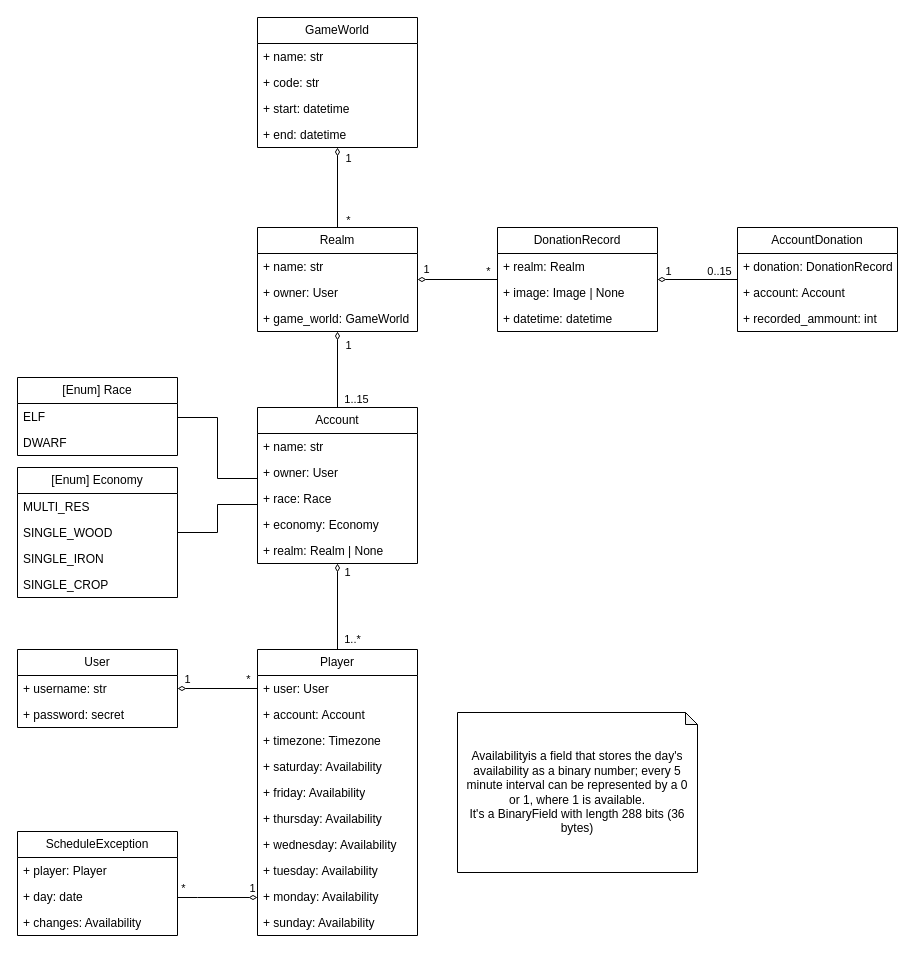
Earlier version of the draw.io diagram docs/db.drawio (PedroPerpetua/eternal-anvil-backend). Source tidied: cells renumbered, new cells numbered last; positions are measured from the earlier drawing's top-left corner, leaving out a move shared by most shapes. Both pictures are drawn from the tidied source at 100%, with x=0, y=0 at pixel (17, 17).
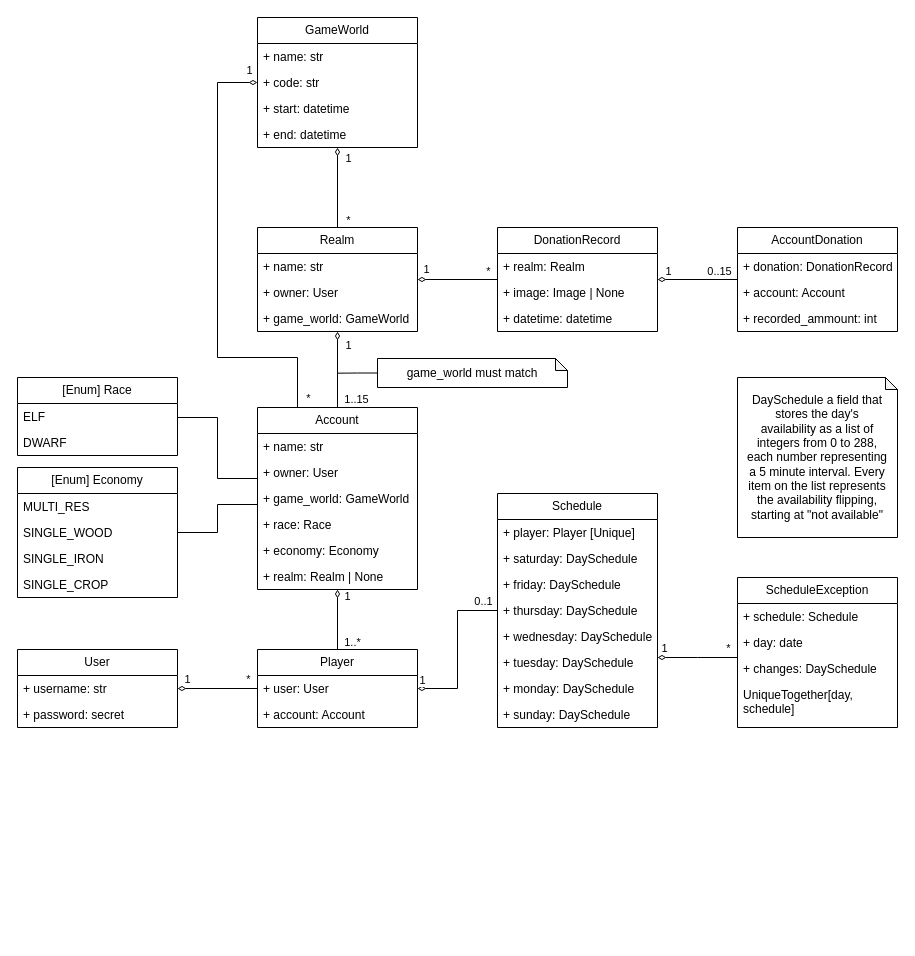
The same diagram, later.

The change refers to these unchanged cells:
```xml
<mxCell id="12" value="GameWorld" style="swimlane;fontStyle=0;horizontal=1;startSize=26;fillColor=none;whiteSpace=wrap;html=1;" parent="1" vertex="1">
  <mxGeometry x="240" width="160" height="130" as="geometry" />
</mxCell>
<mxCell id="51" value="+ day: date" style="text;strokeColor=none;fillColor=none;align=left;verticalAlign=top;spacingLeft=4;spacingRight=4;overflow=hidden;points=[[0,0.5],[1,0.5]];portConstraint=eastwest;whiteSpace=wrap;html=1;" parent="49" vertex="1">
  <mxGeometry y="52" width="160" height="26" as="geometry" />
</mxCell>
```

What changed in the source:
```diff
@@
+    <mxCell id="75" style="edgeStyle=orthogonalEdgeStyle;rounded=0;jettySize=auto;html=1;exitX=0.25;exitY=0;exitDx=0;exitDy=0;endArrow=diamondThin;endFill=0;startArrow=none;startFill=0;" parent="1" edge="1" source="21" target="12">
+      <mxGeometry relative="1" as="geometry">
+        <Array as="points">
+          <mxPoint x="280" y="340" />
+          <mxPoint x="200" y="340" />
+          <mxPoint x="200" y="65" />
+        </Array>
+      </mxGeometry>
+    </mxCell>
+    <mxCell id="76" value="1" style="edgeLabel;html=1;align=center;verticalAlign=middle;" parent="75" vertex="1">
+      <mxGeometry x="0.96" y="2" relative="1" as="geometry">
+        <mxPoint y="-11" as="offset" />
+      </mxGeometry>
+    </mxCell>
+    <mxCell id="77" value="*" style="edgeLabel;html=1;align=center;verticalAlign=middle;" parent="75" vertex="1">
+      <mxGeometry x="-0.97" y="1" relative="1" as="geometry">
+        <mxPoint x="11" y="-3" as="offset" />
+      </mxGeometry>
+    </mxCell>
     <mxCell id="21" value="Account" style="swimlane;fontStyle=0;horizontal=1;startSize=26;fillColor=none;whiteSpace=wrap;html=1;" parent="1" vertex="1">
-      <mxGeometry x="240" y="390" width="160" height="156" as="geometry" />
+      <mxGeometry x="240" y="390" width="160" height="182" as="geometry" />
     </mxCell>
@@
+    <mxCell id="78" value="+ game_world: GameWorld" style="text;strokeColor=none;fillColor=none;align=left;verticalAlign=top;spacingLeft=4;spacingRight=4;overflow=hidden;whiteSpace=wrap;html=1;" parent="21" vertex="1">
+      <mxGeometry y="78" width="160" height="26" as="geometry" />
+    </mxCell>
     <mxCell id="24" value="+ race: Race" style="text;strokeColor=none;fillColor=none;align=left;verticalAlign=top;spacingLeft=4;spacingRight=4;overflow=hidden;points=[[0,0.5],[1,0.5]];portConstraint=eastwest;whiteSpace=wrap;html=1;" parent="21" vertex="1">
-      <mxGeometry y="78" width="160" height="26" as="geometry" />
+      <mxGeometry y="104" width="160" height="26" as="geometry" />
     </mxCell>
     <mxCell id="25" value="+ economy: Economy" style="text;strokeColor=none;fillColor=none;align=left;verticalAlign=top;spacingLeft=4;spacingRight=4;overflow=hidden;whiteSpace=wrap;html=1;" parent="21" vertex="1">
-      <mxGeometry y="104" width="160" height="26" as="geometry" />
+      <mxGeometry y="130" width="160" height="26" as="geometry" />
     </mxCell>
     <mxCell id="26" value="+ realm: Realm | None" style="text;strokeColor=none;fillColor=none;align=left;verticalAlign=top;spacingLeft=4;spacingRight=4;overflow=hidden;whiteSpace=wrap;html=1;" parent="21" vertex="1">
-      <mxGeometry y="130" width="160" height="26" as="geometry" />
+      <mxGeometry y="156" width="160" height="26" as="geometry" />
     </mxCell>
@@
+    <mxCell id="79" style="edgeStyle=orthogonalEdgeStyle;rounded=0;jettySize=auto;html=1;endArrow=none;endFill=0;startArrow=diamondThin;startFill=0;" parent="1" edge="1" source="30" target="83">
+      <mxGeometry relative="1" as="geometry" />
+    </mxCell>
+    <mxCell id="80" value="1" style="edgeLabel;html=1;align=center;verticalAlign=middle;" parent="79" vertex="1">
+      <mxGeometry x="-0.95" y="1" relative="1" as="geometry">
+        <mxPoint y="-8" as="offset" />
+      </mxGeometry>
+    </mxCell>
+    <mxCell id="81" value="0..1" style="edgeLabel;html=1;align=center;verticalAlign=middle;" parent="79" vertex="1">
+      <mxGeometry x="0.96" relative="1" as="geometry">
+        <mxPoint x="-12" y="-10" as="offset" />
+      </mxGeometry>
+    </mxCell>
     <mxCell id="30" value="Player" style="swimlane;fontStyle=0;horizontal=1;startSize=26;fillColor=none;whiteSpace=wrap;html=1;" parent="1" vertex="1">
-      <mxGeometry x="240" y="632" width="160" height="286" as="geometry" />
+      <mxGeometry x="240" y="632" width="160" height="78" as="geometry" />
     </mxCell>
@@
-    <mxCell id="33" value="+ timezone: Timezone" style="text;strokeColor=none;fillColor=none;align=left;verticalAlign=top;spacingLeft=4;spacingRight=4;overflow=hidden;whiteSpace=wrap;html=1;" parent="30" vertex="1">
-      <mxGeometry y="78" width="160" height="26" as="geometry" />
-    </mxCell>
-    <mxCell id="34" value="+ saturday: Availability" style="text;strokeColor=none;fillColor=none;align=left;verticalAlign=top;spacingLeft=4;spacingRight=4;overflow=hidden;whiteSpace=wrap;html=1;" parent="30" vertex="1">
-      <mxGeometry y="104" width="160" height="26" as="geometry" />
-    </mxCell>
-    <mxCell id="35" value="+ friday: Availability" style="text;strokeColor=none;fillColor=none;align=left;verticalAlign=top;spacingLeft=4;spacingRight=4;overflow=hidden;whiteSpace=wrap;html=1;" parent="30" vertex="1">
-      <mxGeometry y="130" width="160" height="26" as="geometry" />
-    </mxCell>
-    <mxCell id="36" value="+ thursday: Availability" style="text;strokeColor=none;fillColor=none;align=left;verticalAlign=top;spacingLeft=4;spacingRight=4;overflow=hidden;whiteSpace=wrap;html=1;" parent="30" vertex="1">
-      <mxGeometry y="156" width="160" height="26" as="geometry" />
-    </mxCell>
-    <mxCell id="37" value="+ wednesday: Availability" style="text;strokeColor=none;fillColor=none;align=left;verticalAlign=top;spacingLeft=4;spacingRight=4;overflow=hidden;whiteSpace=wrap;html=1;" parent="30" vertex="1">
-      <mxGeometry y="182" width="160" height="26" as="geometry" />
-    </mxCell>
-    <mxCell id="38" value="+ tuesday: Availability" style="text;strokeColor=none;fillColor=none;align=left;verticalAlign=top;spacingLeft=4;spacingRight=4;overflow=hidden;whiteSpace=wrap;html=1;" parent="30" vertex="1">
-      <mxGeometry y="208" width="160" height="26" as="geometry" />
-    </mxCell>
-    <mxCell id="39" value="+ monday: Availability" style="text;strokeColor=none;fillColor=none;align=left;verticalAlign=top;spacingLeft=4;spacingRight=4;overflow=hidden;whiteSpace=wrap;html=1;" parent="30" vertex="1">
-      <mxGeometry y="234" width="160" height="26" as="geometry" />
-    </mxCell>
-    <mxCell id="40" value="+ sunday: Availability" style="text;strokeColor=none;fillColor=none;align=left;verticalAlign=top;spacingLeft=4;spacingRight=4;overflow=hidden;whiteSpace=wrap;html=1;" parent="30" vertex="1">
-      <mxGeometry y="260" width="160" height="26" as="geometry" />
-    </mxCell>
@@
     <mxCell id="49" value="ScheduleException" style="swimlane;fontStyle=0;horizontal=1;startSize=26;fillColor=none;whiteSpace=wrap;html=1;" parent="1" vertex="1">
-      <mxGeometry y="814" width="160" height="104" as="geometry" />
+      <mxGeometry x="720" y="560" width="160" height="150" as="geometry" />
     </mxCell>
-    <mxCell id="50" value="+ player: Player" style="text;strokeColor=none;fillColor=none;align=left;verticalAlign=top;spacingLeft=4;spacingRight=4;overflow=hidden;whiteSpace=wrap;html=1;" parent="49" vertex="1">
+    <mxCell id="50" value="+ schedule: Schedule" style="text;strokeColor=none;fillColor=none;align=left;verticalAlign=top;spacingLeft=4;spacingRight=4;overflow=hidden;whiteSpace=wrap;html=1;" parent="49" vertex="1">
       <mxGeometry y="26" width="160" height="26" as="geometry" />
     </mxCell>
@@
-    <mxCell id="52" value="+ changes: Availability" style="text;strokeColor=none;fillColor=none;align=left;verticalAlign=top;spacingLeft=4;spacingRight=4;overflow=hidden;whiteSpace=wrap;html=1;" parent="49" vertex="1">
+    <mxCell id="52" value="+ changes: DaySchedule" style="text;strokeColor=none;fillColor=none;align=left;verticalAlign=top;spacingLeft=4;spacingRight=4;overflow=hidden;whiteSpace=wrap;html=1;" parent="49" vertex="1">
       <mxGeometry y="78" width="160" height="26" as="geometry" />
     </mxCell>
+    <mxCell id="82" value="UniqueTogether[day, schedule]" style="text;strokeColor=none;fillColor=none;align=left;verticalAlign=top;spacingLeft=4;spacingRight=4;overflow=hidden;whiteSpace=wrap;html=1;" parent="49" vertex="1">
+      <mxGeometry y="104" width="160" height="46" as="geometry" />
+    </mxCell>
-    <mxCell id="53" value="Availabilityis a field that stores the day's availability as a binary number; every 5 minute interval can be represented by a 0 or 1, where 1 is available.&lt;div&gt;It's a BinaryField with length 288 bits (36 bytes)&lt;/div&gt;" style="shape=note;whiteSpace=wrap;html=1;backgroundOutline=1;darkOpacity=0.05;size=12;spacing=10;" parent="1" vertex="1">
-      <mxGeometry x="440" y="695" width="240" height="160" as="geometry" />
+    <mxCell id="53" value="&lt;span style=&quot;text-align: left;&quot;&gt;DaySchedule&amp;nbsp;&lt;/span&gt;a field that stores the day's availability as a list of integers from 0 to 288, each number representing a 5 minute interval. Every item on the list represents the availability flipping, starting at &quot;not available&quot;" style="shape=note;whiteSpace=wrap;html=1;backgroundOutline=1;darkOpacity=0.05;size=12;spacing=10;" parent="1" vertex="1">
+      <mxGeometry x="720" y="360" width="160" height="160" as="geometry" />
     </mxCell>
@@
-    <mxCell id="72" style="edgeStyle=orthogonalEdgeStyle;rounded=0;jettySize=auto;html=1;endArrow=diamondThin;endFill=0;startArrow=none;startFill=0;" parent="1" edge="1" source="51" target="30">
+    <mxCell id="72" style="edgeStyle=orthogonalEdgeStyle;rounded=0;jettySize=auto;html=1;endArrow=diamondThin;endFill=0;startArrow=none;startFill=0;" parent="1" edge="1" source="49" target="83">
       <mxGeometry relative="1" as="geometry">
         <Array as="points">
-          <mxPoint x="180" y="880" />
-          <mxPoint x="180" y="880" />
+          <mxPoint x="680" y="640" />
+          <mxPoint x="680" y="640" />
         </Array>
       </mxGeometry>
     </mxCell>
     <mxCell id="73" value="*" style="edgeLabel;html=1;align=center;verticalAlign=middle;" parent="72" vertex="1">
       <mxGeometry x="-0.88" relative="1" as="geometry">
-        <mxPoint y="-10" as="offset" />
+        <mxPoint x="-5" y="-10" as="offset" />
       </mxGeometry>
     </mxCell>
     <mxCell id="74" value="1" style="edgeLabel;html=1;align=center;verticalAlign=middle;" parent="72" vertex="1">
       <mxGeometry x="0.86" y="-1" relative="1" as="geometry">
-        <mxPoint y="-11" as="offset" />
+        <mxPoint y="-9" as="offset" />
       </mxGeometry>
     </mxCell>
+    <mxCell id="83" value="Schedule" style="swimlane;fontStyle=0;horizontal=1;startSize=26;fillColor=none;whiteSpace=wrap;html=1;" parent="1" vertex="1">
+      <mxGeometry x="480" y="476" width="160" height="234" as="geometry" />
+    </mxCell>
+    <mxCell id="84" value="+ player: Player [Unique]&lt;div&gt;&lt;br&gt;&lt;/div&gt;" style="text;strokeColor=none;fillColor=none;align=left;verticalAlign=top;spacingLeft=4;spacingRight=4;overflow=hidden;whiteSpace=wrap;html=1;" parent="83" vertex="1">
+      <mxGeometry y="26" width="160" height="26" as="geometry" />
+    </mxCell>
+    <mxCell id="85" value="+ saturday: DaySchedule" style="text;strokeColor=none;fillColor=none;align=left;verticalAlign=top;spacingLeft=4;spacingRight=4;overflow=hidden;whiteSpace=wrap;html=1;" parent="83" vertex="1">
+      <mxGeometry y="52" width="160" height="26" as="geometry" />
+    </mxCell>
+    <mxCell id="86" value="+ friday: DaySchedule" style="text;strokeColor=none;fillColor=none;align=left;verticalAlign=top;spacingLeft=4;spacingRight=4;overflow=hidden;whiteSpace=wrap;html=1;" parent="83" vertex="1">
+      <mxGeometry y="78" width="160" height="26" as="geometry" />
+    </mxCell>
+    <mxCell id="87" value="+ thursday: DaySchedule" style="text;strokeColor=none;fillColor=none;align=left;verticalAlign=top;spacingLeft=4;spacingRight=4;overflow=hidden;whiteSpace=wrap;html=1;" parent="83" vertex="1">
+      <mxGeometry y="104" width="160" height="26" as="geometry" />
+    </mxCell>
+    <mxCell id="88" value="+ wednesday: DaySchedule" style="text;strokeColor=none;fillColor=none;align=left;verticalAlign=top;spacingLeft=4;spacingRight=4;overflow=hidden;whiteSpace=wrap;html=1;" parent="83" vertex="1">
+      <mxGeometry y="130" width="160" height="26" as="geometry" />
+    </mxCell>
+    <mxCell id="89" value="+ tuesday: DaySchedule" style="text;strokeColor=none;fillColor=none;align=left;verticalAlign=top;spacingLeft=4;spacingRight=4;overflow=hidden;whiteSpace=wrap;html=1;" parent="83" vertex="1">
+      <mxGeometry y="156" width="160" height="26" as="geometry" />
+    </mxCell>
+    <mxCell id="90" value="+ monday: DaySchedule" style="text;strokeColor=none;fillColor=none;align=left;verticalAlign=top;spacingLeft=4;spacingRight=4;overflow=hidden;whiteSpace=wrap;html=1;" parent="83" vertex="1">
+      <mxGeometry y="182" width="160" height="26" as="geometry" />
+    </mxCell>
+    <mxCell id="91" value="+ sunday: DaySchedule" style="text;strokeColor=none;fillColor=none;align=left;verticalAlign=top;spacingLeft=4;spacingRight=4;overflow=hidden;whiteSpace=wrap;html=1;" parent="83" vertex="1">
+      <mxGeometry y="208" width="160" height="26" as="geometry" />
+    </mxCell>
+    <mxCell id="92" style="edgeStyle=orthogonalEdgeStyle;rounded=0;jettySize=auto;html=1;exitX=0;exitY=0.5;exitDx=0;exitDy=0;exitPerimeter=0;endArrow=none;endFill=0;" parent="1" edge="1" source="93">
+      <mxGeometry relative="1" as="geometry">
+        <mxPoint x="320" y="355.7" as="targetPoint" />
+      </mxGeometry>
+    </mxCell>
+    <mxCell id="93" value="game_world must match" style="shape=note;whiteSpace=wrap;html=1;backgroundOutline=1;darkOpacity=0.05;size=12;spacing=10;" parent="1" vertex="1">
+      <mxGeometry x="360" y="341" width="190" height="29" as="geometry" />
+    </mxCell>
```
